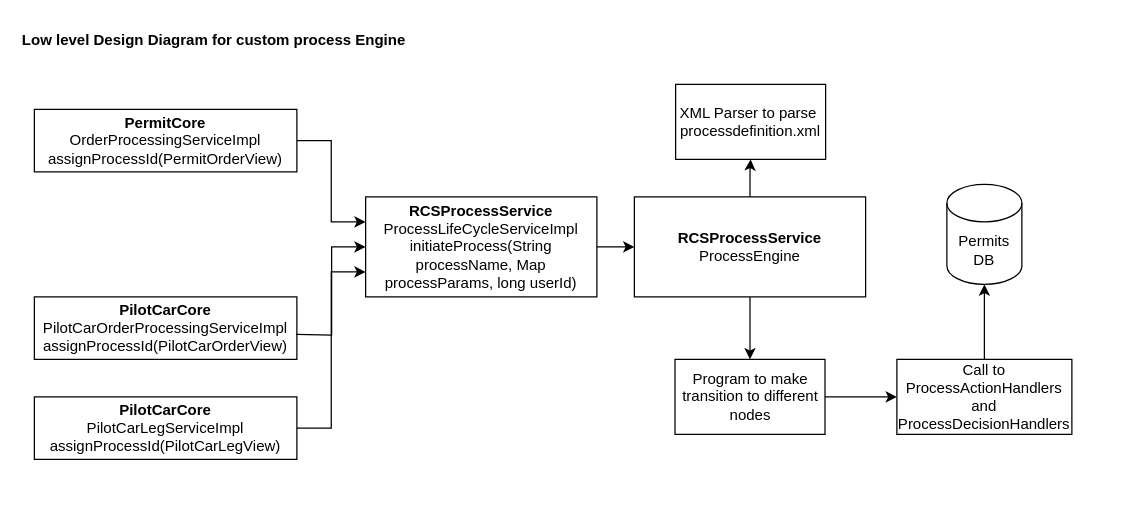
Above: Untitled Diagram.drawio in Jegadeeshkannan/Diagrams (draw.io), before the change. Source tidied: cells renumbered, new cells numbered last; positions are measured from the earlier drawing's top-left corner, leaving out a move shared by most shapes. Both pictures are drawn from the tidied source at 125%, with x=0, y=0 at pixel (21, 21).
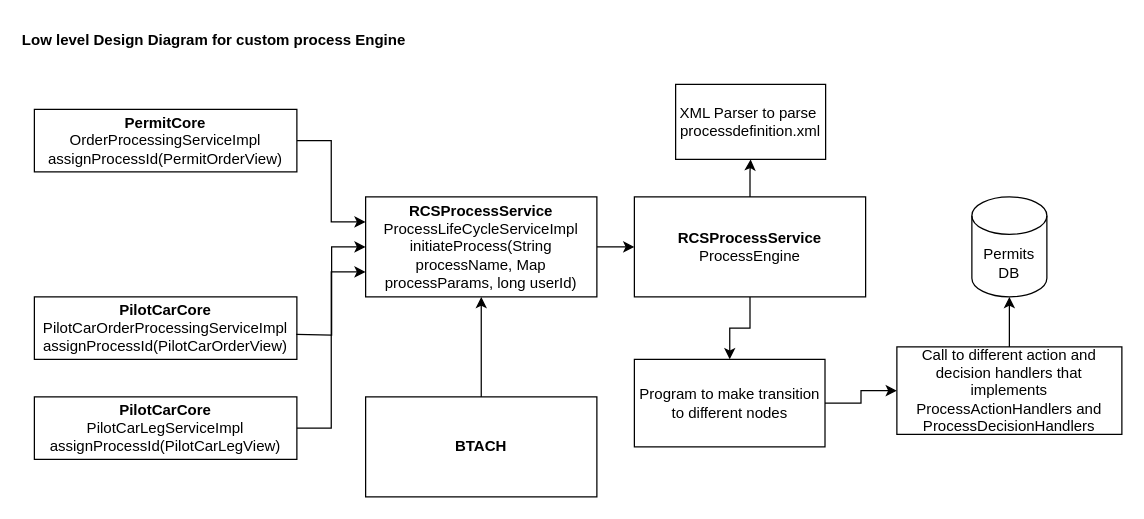
Above is the later version.

Unchanged cells that the change refers to:
```xml
<mxCell id="7" value="&lt;b&gt;RCSProcessService&lt;/b&gt;&lt;br&gt;ProcessLifeCycleServiceImpl&lt;br&gt;initiateProcess(String processName, Map processParams, long userId)" style="rounded=0;whiteSpace=wrap;html=1;" parent="1" vertex="1">
  <mxGeometry x="275" y="140" width="185" height="80" as="geometry" />
</mxCell>
```

The edit, as a diff of the source:
```diff
@@
-    <mxCell id="15" style="edgeStyle=orthogonalEdgeStyle;rounded=0;jettySize=auto;html=1;" parent="1" edge="1" source="16" target="18">
+    <mxCell id="15" style="edgeStyle=orthogonalEdgeStyle;rounded=0;jettySize=auto;html=1;entryX=0;entryY=0.5;entryDx=0;entryDy=0;" parent="1" edge="1" source="16" target="18">
       <mxGeometry relative="1" as="geometry" />
     </mxCell>
     <mxCell id="16" value="Program to make transition to different nodes" style="rounded=0;whiteSpace=wrap;html=1;" parent="1" vertex="1">
-      <mxGeometry x="522.5" y="270" width="120" height="60" as="geometry" />
+      <mxGeometry x="490" y="270" width="152.5" height="70" as="geometry" />
     </mxCell>
@@
-    <mxCell id="18" value="Call to ProcessActionHandlers and ProcessDecisionHandlers" style="rounded=0;whiteSpace=wrap;html=1;" parent="1" vertex="1">
-      <mxGeometry x="700" y="270" width="140" height="60" as="geometry" />
+    <mxCell id="18" value="Call to different action and decision handlers that implements ProcessActionHandlers and ProcessDecisionHandlers" style="rounded=0;whiteSpace=wrap;html=1;" parent="1" vertex="1">
+      <mxGeometry x="700" y="260" width="180" height="70" as="geometry" />
     </mxCell>
     <mxCell id="19" value="Permits DB" style="shape=cylinder3;whiteSpace=wrap;html=1;boundedLbl=1;backgroundOutline=1;size=15;" parent="1" vertex="1">
-      <mxGeometry x="740" y="130" width="60" height="80" as="geometry" />
+      <mxGeometry x="760" y="140" width="60" height="80" as="geometry" />
     </mxCell>
+    <mxCell id="20" style="edgeStyle=orthogonalEdgeStyle;rounded=0;jettySize=auto;html=1;" parent="1" edge="1" source="21" target="7">
+      <mxGeometry relative="1" as="geometry" />
+    </mxCell>
+    <mxCell id="21" value="&lt;b&gt;BTACH&lt;/b&gt;" style="rounded=0;whiteSpace=wrap;html=1;" parent="1" vertex="1">
+      <mxGeometry x="275" y="300" width="185" height="80" as="geometry" />
+    </mxCell>
```
